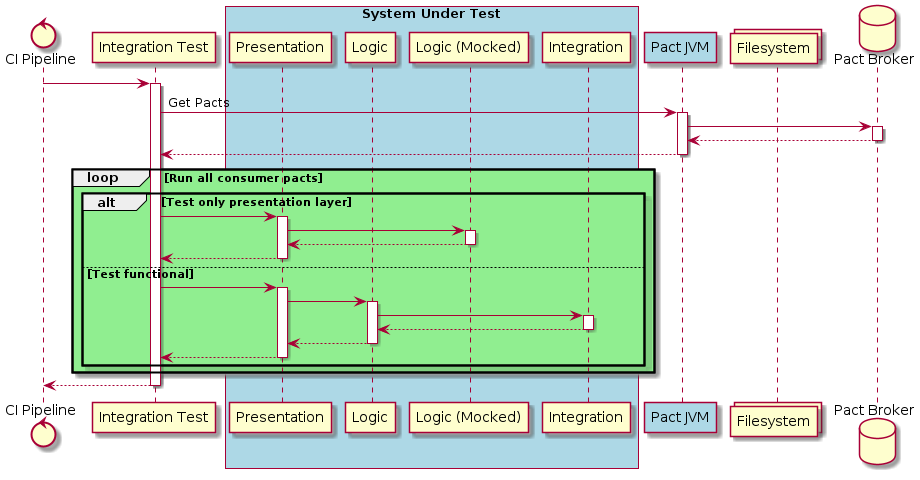
The PlantUML diagram docs/pact-provider.png in tomasbjerre/pact-sandbox, before a commit. Source of this version:
```plantuml
@startuml pact-provider
skin rose

Control "CI Pipeline" as CI

participant "Integration Test" as IT
box "System Under Test" #LightBlue
    participant "Presentation" as SUT
    participant "Logic" as LOGIC
    participant "Logic (Mocked)" as LOGICMOCK
    participant "Integration" as INT
end box
participant "Pact JVM" as PJVM #LightBlue

Collections "Filesystem" as FS
database "Pact Broker" as BROKER

CI -> IT
activate IT
    IT -> PJVM: Get Pacts
    activate PJVM
        PJVM -> BROKER
        activate BROKER
            BROKER --> PJVM
        deactivate BROKER
        PJVM --> IT
    deactivate PJVM

    loop #LightGreen Run all consumer pacts
        alt Test only presentation layer
            IT -> SUT
            activate SUT
                SUT -> LOGICMOCK
                activate LOGICMOCK
                    LOGICMOCK --> SUT
                deactivate LOGICMOCK
                SUT --> IT
            deactivate SUT
        else Test functional
            IT -> SUT
            activate SUT
                SUT -> LOGIC
                activate LOGIC
                    LOGIC -> INT
                    activate INT
                        INT --> LOGIC
                    deactivate INT
                    LOGIC --> SUT
                deactivate LOGIC
                SUT --> IT
            deactivate SUT
        end alt
    end

    IT --> CI
deactivate IT

@enduml
```
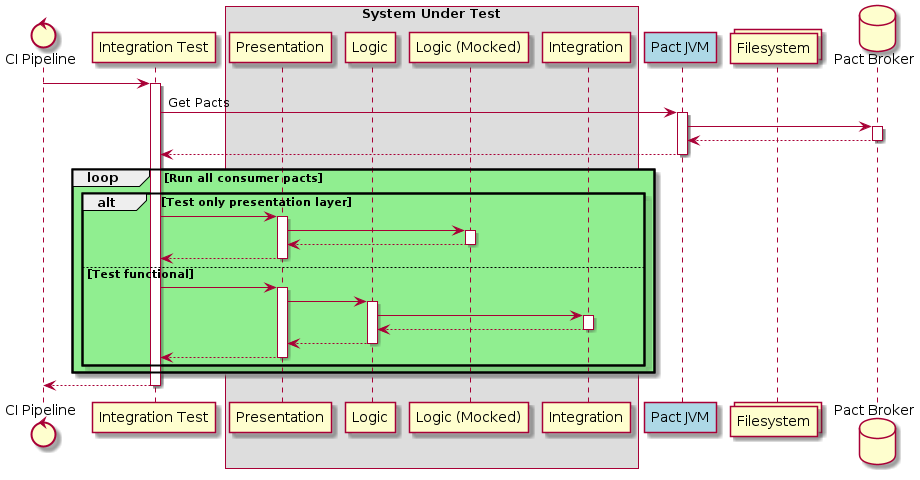
After the commit.

The edit, as a diff of the source:
```diff
@@ -4,7 +4,7 @@
 Control "CI Pipeline" as CI
 
 participant "Integration Test" as IT
-box "System Under Test" #LightBlue
+box "System Under Test"
     participant "Presentation" as SUT
     participant "Logic" as LOGIC
     participant "Logic (Mocked)" as LOGICMOCK
```
